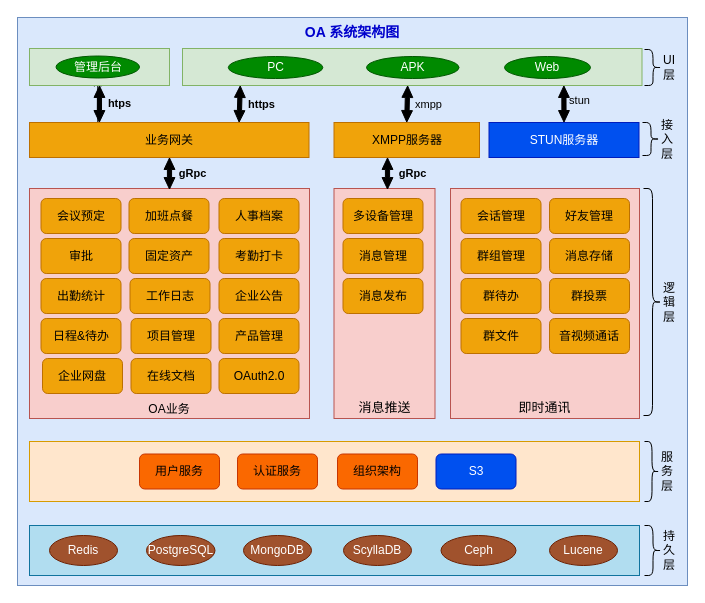
Earlier version of the draw.io diagram page "OA架构图" (3 of 4) of StreamOA架构设计.drawio (zebra-min/my-design). Source tidied: cells renumbered, new cells numbered last; positions are measured from the earlier drawing's top-left corner, leaving out a move shared by most shapes. Both pictures are drawn from the tidied source at 100%, with x=0, y=0 at pixel (17, 17).
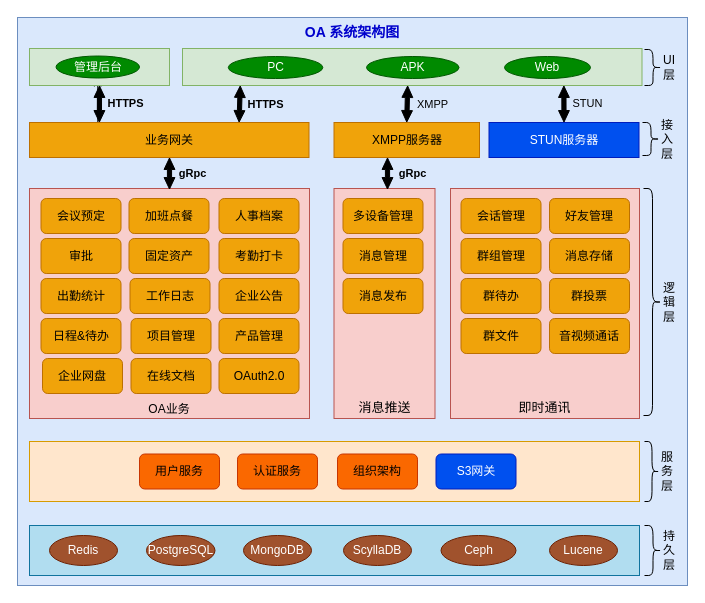
The same page after the edit.

Commit message:
更新StreamOA架构设计.drawio

Unchanged cells that the change refers to:
```xml
<mxCell id="53" style="shape=flexArrow;endArrow=classic;startArrow=classic;html=1;rounded=0;width=4.166666666666667;endSize=3.491666666666667;endWidth=5.694444444444445;startWidth=5.694444444444445;startSize=3.491666666666667;entryX=0.5;entryY=1;entryDx=0;entryDy=0;exitX=0.25;exitY=0;exitDx=0;exitDy=0;exitPerimeter=0;fillColor=#000000;" parent="1" edge="1" source="8" target="47">
  <mxGeometry relative="1" as="geometry" />
</mxCell>
<mxCell id="55" style="shape=flexArrow;endArrow=classic;startArrow=classic;html=1;rounded=0;width=4.166666666666667;endSize=3.491666666666667;endWidth=5.694444444444445;startWidth=5.694444444444445;startSize=3.491666666666667;exitX=0.75;exitY=0;exitDx=0;exitDy=0;exitPerimeter=0;fillColor=#000000;entryX=0.13;entryY=1;entryDx=-2;entryDy=0;entryPerimeter=0;" parent="1" edge="1" source="8" target="3">
  <mxGeometry relative="1" as="geometry" />
</mxCell>
<mxCell id="57" style="shape=flexArrow;endArrow=classic;startArrow=classic;html=1;rounded=0;width=4.166666666666667;endSize=3.491666666666667;endWidth=5.694444444444445;startWidth=5.694444444444445;startSize=3.491666666666667;fillColor=#000000;exitX=0.5;exitY=0;exitDx=0;exitDy=0;entryX=0.49;entryY=1;entryDx=0;entryDy=0;entryPerimeter=0;" parent="1" edge="1" source="9" target="3">
  <mxGeometry relative="1" as="geometry" />
</mxCell>
<mxCell id="59" style="shape=flexArrow;endArrow=classic;startArrow=classic;html=1;rounded=0;width=4.166666666666667;endSize=3.491666666666667;endWidth=5.694444444444445;startWidth=5.694444444444445;startSize=3.491666666666667;exitX=0.5;exitY=0;exitDx=0;exitDy=0;fillColor=#000000;entryX=0.83;entryY=1;entryDx=0;entryDy=0;entryPerimeter=0;" parent="1" edge="1" source="44" target="3">
  <mxGeometry relative="1" as="geometry" />
</mxCell>
```

Diff of the diagram source:
```diff
@@
-    <mxCell id="24" value="S3" style="rounded=1;whiteSpace=wrap;html=1;fillColor=#0050ef;fontColor=#ffffff;strokeColor=#001DBC;" parent="1" vertex="1">
+    <mxCell id="24" value="S3网关" style="rounded=1;whiteSpace=wrap;html=1;fillColor=#0050ef;fontColor=#ffffff;strokeColor=#001DBC;" parent="1" vertex="1">
       <mxGeometry x="418.5" y="436.5" width="80" height="35" as="geometry" />
     </mxCell>
@@
-    <mxCell id="54" value="htps" style="edgeLabel;html=1;align=center;verticalAlign=middle;labelBackgroundColor=none;fontStyle=1;" parent="53" vertex="1">
+    <mxCell id="54" value="HTTPS" style="edgeLabel;html=1;align=center;verticalAlign=middle;labelBackgroundColor=none;fontStyle=1;" parent="53" vertex="1">
       <mxGeometry x="0.1" y="-5" relative="1" as="geometry">
-        <mxPoint x="15" as="offset" />
+        <mxPoint x="21" as="offset" />
       </mxGeometry>
     </mxCell>
@@
-    <mxCell id="56" value="https" style="edgeLabel;html=1;align=center;verticalAlign=middle;labelBackgroundColor=none;fontStyle=1;" parent="55" vertex="1">
+    <mxCell id="56" value="HTTPS" style="edgeLabel;html=1;align=center;verticalAlign=middle;labelBackgroundColor=none;fontStyle=1;" parent="55" vertex="1">
       <mxGeometry x="0.04" y="-3" relative="1" as="geometry">
-        <mxPoint x="18" as="offset" />
+        <mxPoint x="22" as="offset" />
       </mxGeometry>
     </mxCell>
@@
-    <mxCell id="58" value="xmpp" style="edgeLabel;html=1;align=center;verticalAlign=middle;labelBackgroundColor=none;" parent="57" vertex="1">
+    <mxCell id="58" value="XMPP" style="edgeLabel;html=1;align=center;verticalAlign=middle;labelBackgroundColor=none;" parent="57" vertex="1">
       <mxGeometry x="0.04" y="-3" relative="1" as="geometry">
-        <mxPoint x="18" as="offset" />
+        <mxPoint x="22" as="offset" />
       </mxGeometry>
     </mxCell>
@@
-    <mxCell id="60" value="stun" style="edgeLabel;html=1;align=center;verticalAlign=middle;labelBackgroundColor=none;" parent="59" vertex="1">
+    <mxCell id="60" value="STUN" style="edgeLabel;html=1;align=center;verticalAlign=middle;labelBackgroundColor=none;fontStyle=0;" parent="59" vertex="1">
       <mxGeometry x="0.17" y="-5" relative="1" as="geometry">
-        <mxPoint x="10" as="offset" />
+        <mxPoint x="18" y="3" as="offset" />
       </mxGeometry>
     </mxCell>
```
